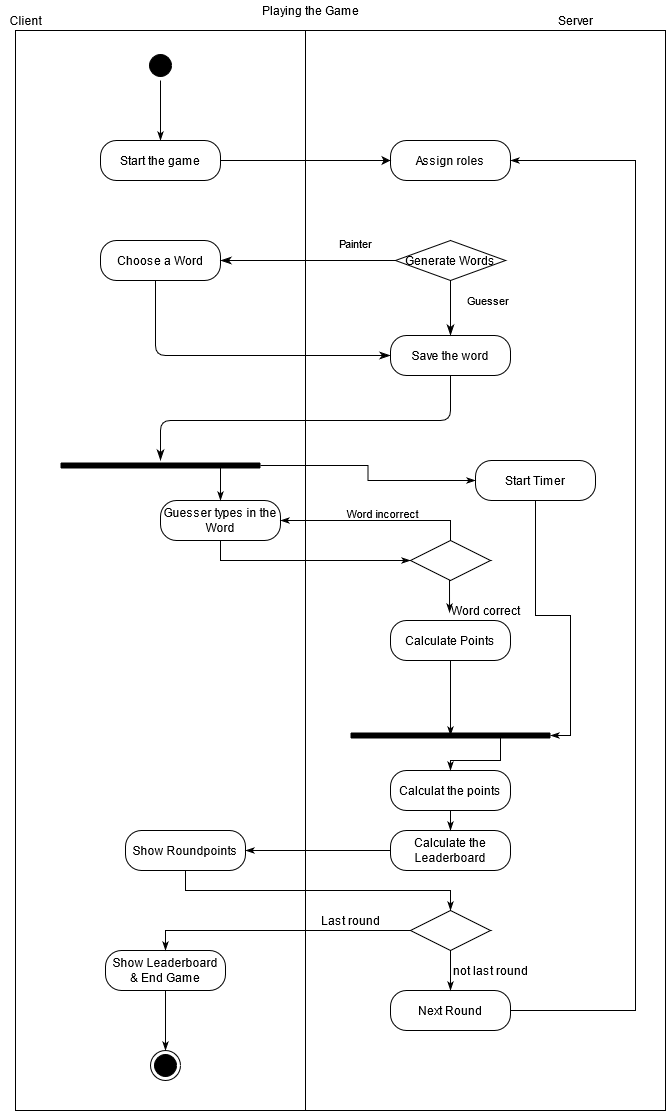
sopra-fs21-group-15/diagrams keeps this draw.io diagram as Game_Activitydiagramm.png. Above is the earlier version. Source tidied: cells renumbered, new cells last; positions are measured from the earlier drawing's top-left corner, leaving out a move shared by most shapes. Its diagram source:
```xml
<mxGraphModel>
  <root>
    <mxCell id="0" />
    <mxCell id="1" parent="0" />
    <mxCell id="2" style="group;" parent="1" vertex="1">
      <mxGeometry width="665" height="1110" as="geometry" />
    </mxCell>
    <mxCell id="3" style="rounded=0;whiteSpace=wrap;html=1;fillColor=none;" parent="2" vertex="1">
      <mxGeometry x="15" y="30" width="290" height="1080" as="geometry" />
    </mxCell>
    <mxCell id="4" style="rounded=0;whiteSpace=wrap;html=1;fillColor=none;" parent="2" vertex="1">
      <mxGeometry x="305" y="30" width="360" height="1080" as="geometry" />
    </mxCell>
    <mxCell id="5" value="Client" style="text;html=1;align=center;verticalAlign=middle;" parent="2" vertex="1">
      <mxGeometry y="10" width="50" height="20" as="geometry" />
    </mxCell>
    <mxCell id="6" value="Server" style="text;html=1;align=center;verticalAlign=middle;" parent="2" vertex="1">
      <mxGeometry x="550" y="10" width="50" height="20" as="geometry" />
    </mxCell>
    <mxCell id="7" style="ellipse;html=1;shape=startState;fillColor=#000000;" parent="2" vertex="1">
      <mxGeometry x="145" y="50" width="30" height="30" as="geometry" />
    </mxCell>
    <mxCell id="8" style="edgeStyle=orthogonalEdgeStyle;html=1;verticalAlign=bottom;endArrow=classicThin;endFill=1;" parent="2" edge="1" source="7">
      <mxGeometry relative="1" as="geometry">
        <mxPoint x="160" y="140" as="targetPoint" />
      </mxGeometry>
    </mxCell>
    <mxCell id="9" value="Start the game" style="rounded=1;whiteSpace=wrap;html=1;arcSize=40;" parent="2" vertex="1">
      <mxGeometry x="100" y="140" width="120" height="40" as="geometry" />
    </mxCell>
    <mxCell id="10" value="Assign roles" style="rounded=1;whiteSpace=wrap;html=1;arcSize=40;" parent="2" vertex="1">
      <mxGeometry x="390" y="140" width="120" height="40" as="geometry" />
    </mxCell>
    <mxCell id="11" style="edgeStyle=orthogonalEdgeStyle;rounded=0;jettySize=auto;html=1;exitX=1;exitY=0.5;exitDx=0;exitDy=0;entryX=0;entryY=0.5;entryDx=0;entryDy=0;" parent="2" edge="1" source="9" target="10">
      <mxGeometry relative="1" as="geometry" />
    </mxCell>
    <mxCell id="12" value="Choose a Word" style="rounded=1;whiteSpace=wrap;html=1;arcSize=40;" parent="2" vertex="1">
      <mxGeometry x="100" y="240" width="120" height="40" as="geometry" />
    </mxCell>
    <mxCell id="13" style="edgeStyle=orthogonalEdgeStyle;html=1;verticalAlign=bottom;endArrow=classicThin;endSize=8;entryX=0;entryY=0.5;entryDx=0;entryDy=0;endFill=1;" parent="2" edge="1" source="12" target="14">
      <mxGeometry relative="1" as="geometry">
        <Array as="points">
          <mxPoint x="155" y="355" />
        </Array>
      </mxGeometry>
    </mxCell>
    <mxCell id="14" value="Save the word" style="rounded=1;whiteSpace=wrap;html=1;arcSize=40;" parent="2" vertex="1">
      <mxGeometry x="390" y="335" width="120" height="40" as="geometry" />
    </mxCell>
    <mxCell id="15" style="edgeStyle=orthogonalEdgeStyle;html=1;verticalAlign=bottom;endArrow=classicThin;endSize=8;endFill=1;" parent="2" edge="1" source="14" target="19">
      <mxGeometry relative="1" as="geometry">
        <Array as="points">
          <mxPoint x="450" y="420" />
          <mxPoint x="160" y="420" />
        </Array>
      </mxGeometry>
    </mxCell>
    <mxCell id="16" value="Generate Words" style="rhombus;whiteSpace=wrap;html=1;" parent="2" vertex="1">
      <mxGeometry x="395" y="240" width="110" height="40" as="geometry" />
    </mxCell>
    <mxCell id="17" value="Guesser" style="edgeStyle=orthogonalEdgeStyle;html=1;align=left;verticalAlign=bottom;endArrow=classicThin;endSize=8;entryX=0.5;entryY=0;entryDx=0;entryDy=0;endFill=1;" parent="2" edge="1" source="16" target="14">
      <mxGeometry x="0.09" y="15" relative="1" as="geometry" />
    </mxCell>
    <mxCell id="18" value="Painter" style="edgeStyle=orthogonalEdgeStyle;html=1;align=left;verticalAlign=top;endArrow=classicThin;endSize=8;entryX=1;entryY=0.5;entryDx=0;entryDy=0;endFill=1;" parent="2" edge="1" source="16" target="12">
      <mxGeometry x="-0.33" y="-30" relative="1" as="geometry" />
    </mxCell>
    <mxCell id="19" style="shape=line;html=1;strokeWidth=6;" parent="2" vertex="1">
      <mxGeometry x="60" y="460" width="200" height="10" as="geometry" />
    </mxCell>
    <mxCell id="20" value="Guesser types in the Word" style="rounded=1;whiteSpace=wrap;html=1;arcSize=40;" parent="2" vertex="1">
      <mxGeometry x="160" y="500" width="120" height="40" as="geometry" />
    </mxCell>
    <mxCell id="21" style="edgeStyle=orthogonalEdgeStyle;rounded=0;jettySize=auto;html=1;exitX=0.75;exitY=0.5;exitDx=0;exitDy=0;exitPerimeter=0;entryX=0.5;entryY=0;entryDx=0;entryDy=0;endArrow=classicThin;endFill=1;strokeColor=#000000;" parent="2" edge="1" source="19" target="20">
      <mxGeometry relative="1" as="geometry" />
    </mxCell>
    <mxCell id="22" style="edgeStyle=orthogonalEdgeStyle;rounded=0;jettySize=auto;html=1;exitX=0.5;exitY=0;exitDx=0;exitDy=0;entryX=1;entryY=0.5;entryDx=0;entryDy=0;endArrow=classicThin;endFill=1;strokeColor=#000000;" parent="2" edge="1" source="24" target="20">
      <mxGeometry relative="1" as="geometry" />
    </mxCell>
    <mxCell id="23" value="Word incorrect" style="edgeLabel;html=1;align=center;verticalAlign=middle;" parent="22" vertex="1">
      <mxGeometry x="-0.06" y="-8" relative="1" as="geometry" />
    </mxCell>
    <mxCell id="24" style="rhombus;whiteSpace=wrap;html=1;" parent="2" vertex="1">
      <mxGeometry x="410" y="540" width="80" height="40" as="geometry" />
    </mxCell>
    <mxCell id="25" style="edgeStyle=orthogonalEdgeStyle;rounded=0;jettySize=auto;html=1;exitX=0.5;exitY=1;exitDx=0;exitDy=0;entryX=0;entryY=0.5;entryDx=0;entryDy=0;endArrow=classicThin;endFill=1;strokeColor=#000000;" parent="2" edge="1" source="20" target="24">
      <mxGeometry relative="1" as="geometry" />
    </mxCell>
    <mxCell id="26" value="Calculate Points" style="rounded=1;whiteSpace=wrap;html=1;arcSize=40;" parent="2" vertex="1">
      <mxGeometry x="390" y="620" width="120" height="40" as="geometry" />
    </mxCell>
    <mxCell id="27" style="edgeStyle=orthogonalEdgeStyle;rounded=0;jettySize=auto;html=1;exitX=0.5;exitY=1;exitDx=0;exitDy=0;entryX=0.492;entryY=-0.2;entryDx=0;entryDy=0;entryPerimeter=0;endArrow=classicThin;endFill=1;strokeColor=#000000;" parent="2" edge="1" source="24" target="26">
      <mxGeometry relative="1" as="geometry" />
    </mxCell>
    <mxCell id="28" value="Word correct" style="text;html=1;align=center;verticalAlign=middle;" parent="2" vertex="1">
      <mxGeometry x="445" y="600" width="80" height="20" as="geometry" />
    </mxCell>
    <mxCell id="29" value="Start Timer" style="rounded=1;whiteSpace=wrap;html=1;arcSize=40;" parent="2" vertex="1">
      <mxGeometry x="475" y="460" width="120" height="40" as="geometry" />
    </mxCell>
    <mxCell id="30" style="edgeStyle=orthogonalEdgeStyle;rounded=0;jettySize=auto;html=1;exitX=1;exitY=0.5;exitDx=0;exitDy=0;exitPerimeter=0;entryX=0;entryY=0.5;entryDx=0;entryDy=0;endArrow=classicThin;endFill=1;strokeColor=#000000;" parent="2" edge="1" source="19" target="29">
      <mxGeometry relative="1" as="geometry" />
    </mxCell>
    <mxCell id="31" style="shape=line;html=1;strokeWidth=6;" parent="2" vertex="1">
      <mxGeometry x="350" y="730" width="200" height="10" as="geometry" />
    </mxCell>
    <mxCell id="32" style="edgeStyle=orthogonalEdgeStyle;rounded=0;jettySize=auto;html=1;exitX=0.5;exitY=1;exitDx=0;exitDy=0;entryX=0.5;entryY=0.5;entryDx=0;entryDy=0;entryPerimeter=0;endArrow=classicThin;endFill=1;strokeColor=#000000;" parent="2" edge="1" source="26" target="31">
      <mxGeometry relative="1" as="geometry" />
    </mxCell>
    <mxCell id="33" style="edgeStyle=orthogonalEdgeStyle;rounded=0;jettySize=auto;html=1;exitX=0.5;exitY=1;exitDx=0;exitDy=0;entryX=1;entryY=0.5;entryDx=0;entryDy=0;entryPerimeter=0;endArrow=classicThin;endFill=1;strokeColor=#000000;" parent="2" edge="1" source="29" target="31">
      <mxGeometry relative="1" as="geometry" />
    </mxCell>
    <mxCell id="34" value="Calculat the points " style="rounded=1;whiteSpace=wrap;html=1;arcSize=40;" parent="2" vertex="1">
      <mxGeometry x="390" y="770" width="120" height="40" as="geometry" />
    </mxCell>
    <mxCell id="35" style="edgeStyle=orthogonalEdgeStyle;rounded=0;jettySize=auto;html=1;exitX=0.75;exitY=0.5;exitDx=0;exitDy=0;exitPerimeter=0;endArrow=classicThin;endFill=1;strokeColor=#000000;" parent="2" edge="1" source="31" target="34">
      <mxGeometry relative="1" as="geometry" />
    </mxCell>
    <mxCell id="36" value="Calculate the Leaderboard" style="rounded=1;whiteSpace=wrap;html=1;arcSize=40;" parent="2" vertex="1">
      <mxGeometry x="390" y="830" width="120" height="40" as="geometry" />
    </mxCell>
    <mxCell id="37" style="edgeStyle=orthogonalEdgeStyle;rounded=0;jettySize=auto;html=1;exitX=0.5;exitY=1;exitDx=0;exitDy=0;endArrow=classicThin;endFill=1;strokeColor=#000000;" parent="2" edge="1" source="34" target="36">
      <mxGeometry relative="1" as="geometry" />
    </mxCell>
    <mxCell id="38" value="Show Roundpoints" style="rounded=1;whiteSpace=wrap;html=1;arcSize=40;" parent="2" vertex="1">
      <mxGeometry x="125" y="830" width="120" height="40" as="geometry" />
    </mxCell>
    <mxCell id="39" style="edgeStyle=orthogonalEdgeStyle;rounded=0;jettySize=auto;html=1;exitX=0;exitY=0.5;exitDx=0;exitDy=0;entryX=1;entryY=0.5;entryDx=0;entryDy=0;endArrow=classicThin;endFill=1;strokeColor=#000000;" parent="2" edge="1" source="36" target="38">
      <mxGeometry relative="1" as="geometry" />
    </mxCell>
    <mxCell id="40" style="rhombus;whiteSpace=wrap;html=1;" parent="2" vertex="1">
      <mxGeometry x="410" y="910" width="80" height="40" as="geometry" />
    </mxCell>
    <mxCell id="41" style="edgeStyle=orthogonalEdgeStyle;rounded=0;jettySize=auto;html=1;exitX=0.5;exitY=1;exitDx=0;exitDy=0;entryX=0.5;entryY=0;entryDx=0;entryDy=0;endArrow=classicThin;endFill=1;strokeColor=#000000;" parent="2" edge="1" source="38" target="40">
      <mxGeometry relative="1" as="geometry" />
    </mxCell>
    <mxCell id="42" value="Show Leaderboard &lt;br&gt;&amp;amp; End Game" style="rounded=1;whiteSpace=wrap;html=1;arcSize=40;" parent="2" vertex="1">
      <mxGeometry x="105" y="950" width="120" height="40" as="geometry" />
    </mxCell>
    <mxCell id="43" style="edgeStyle=orthogonalEdgeStyle;rounded=0;jettySize=auto;html=1;exitX=0;exitY=0.5;exitDx=0;exitDy=0;entryX=0.5;entryY=0;entryDx=0;entryDy=0;endArrow=classicThin;endFill=1;strokeColor=#000000;" parent="2" edge="1" source="40" target="42">
      <mxGeometry relative="1" as="geometry" />
    </mxCell>
    <mxCell id="44" style="edgeStyle=orthogonalEdgeStyle;rounded=0;jettySize=auto;html=1;exitX=1;exitY=0.5;exitDx=0;exitDy=0;entryX=1;entryY=0.5;entryDx=0;entryDy=0;endArrow=classicThin;endFill=1;strokeColor=#000000;" parent="2" edge="1" source="45" target="10">
      <mxGeometry relative="1" as="geometry">
        <Array as="points">
          <mxPoint x="635" y="1010" />
          <mxPoint x="635" y="160" />
        </Array>
      </mxGeometry>
    </mxCell>
    <mxCell id="45" value="Next Round" style="rounded=1;whiteSpace=wrap;html=1;arcSize=40;" parent="2" vertex="1">
      <mxGeometry x="390" y="990" width="120" height="40" as="geometry" />
    </mxCell>
    <mxCell id="46" value="Last round" style="text;html=1;align=center;verticalAlign=middle;" parent="2" vertex="1">
      <mxGeometry x="315" y="910" width="70" height="20" as="geometry" />
    </mxCell>
    <mxCell id="47" value="not last round" style="text;html=1;align=center;verticalAlign=middle;" parent="2" vertex="1">
      <mxGeometry x="445" y="960" width="90" height="20" as="geometry" />
    </mxCell>
    <mxCell id="48" style="ellipse;html=1;shape=endState;fillColor=#000000;" parent="2" vertex="1">
      <mxGeometry x="150" y="1050" width="30" height="30" as="geometry" />
    </mxCell>
    <mxCell id="49" value="Playing the Game" style="text;html=1;align=center;verticalAlign=middle;" parent="2" vertex="1">
      <mxGeometry x="255" width="110" height="20" as="geometry" />
    </mxCell>
    <mxCell id="50" style="edgeStyle=orthogonalEdgeStyle;rounded=0;jettySize=auto;html=1;exitX=0.5;exitY=1;exitDx=0;exitDy=0;entryX=0.5;entryY=0;entryDx=0;entryDy=0;endArrow=classicThin;endFill=1;strokeColor=#000000;" parent="2" edge="1" source="40" target="45">
      <mxGeometry relative="1" as="geometry" />
    </mxCell>
    <mxCell id="51" style="edgeStyle=orthogonalEdgeStyle;rounded=0;jettySize=auto;html=1;exitX=0.5;exitY=1;exitDx=0;exitDy=0;entryX=0.5;entryY=0;entryDx=0;entryDy=0;endArrow=classicThin;endFill=1;strokeColor=#000000;" parent="2" edge="1" source="42" target="48">
      <mxGeometry relative="1" as="geometry" />
    </mxCell>
  </root>
</mxGraphModel>
```
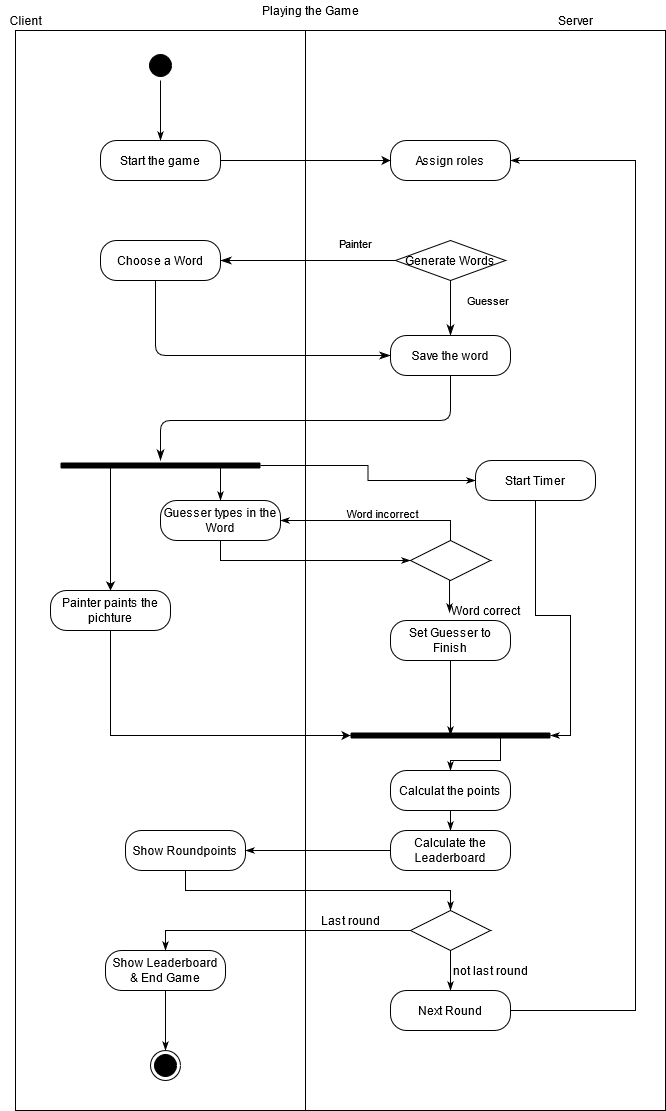
After the change.

Change to the diagram source:
```diff
@@ -64,6 +64,9 @@
     <mxCell id="18" value="Painter" style="edgeStyle=orthogonalEdgeStyle;html=1;align=left;verticalAlign=top;endArrow=classicThin;endSize=8;entryX=1;entryY=0.5;entryDx=0;entryDy=0;endFill=1;" parent="2" edge="1" source="16" target="12">
       <mxGeometry x="-0.33" y="-30" relative="1" as="geometry" />
     </mxCell>
+    <mxCell id="52" style="edgeStyle=orthogonalEdgeStyle;rounded=0;jettySize=auto;html=1;exitX=0.25;exitY=0.5;exitDx=0;exitDy=0;exitPerimeter=0;" parent="2" edge="1" source="19" target="54">
+      <mxGeometry relative="1" as="geometry" />
+    </mxCell>
     <mxCell id="19" style="shape=line;html=1;strokeWidth=6;" parent="2" vertex="1">
       <mxGeometry x="60" y="460" width="200" height="10" as="geometry" />
     </mxCell>
@@ -85,7 +88,7 @@
     <mxCell id="25" style="edgeStyle=orthogonalEdgeStyle;rounded=0;jettySize=auto;html=1;exitX=0.5;exitY=1;exitDx=0;exitDy=0;entryX=0;entryY=0.5;entryDx=0;entryDy=0;endArrow=classicThin;endFill=1;strokeColor=#000000;" parent="2" edge="1" source="20" target="24">
       <mxGeometry relative="1" as="geometry" />
     </mxCell>
-    <mxCell id="26" value="Calculate Points" style="rounded=1;whiteSpace=wrap;html=1;arcSize=40;" parent="2" vertex="1">
+    <mxCell id="26" value="Set Guesser to Finish" style="rounded=1;whiteSpace=wrap;html=1;arcSize=40;" parent="2" vertex="1">
       <mxGeometry x="390" y="620" width="120" height="40" as="geometry" />
     </mxCell>
     <mxCell id="27" style="edgeStyle=orthogonalEdgeStyle;rounded=0;jettySize=auto;html=1;exitX=0.5;exitY=1;exitDx=0;exitDy=0;entryX=0.492;entryY=-0.2;entryDx=0;entryDy=0;entryPerimeter=0;endArrow=classicThin;endFill=1;strokeColor=#000000;" parent="2" edge="1" source="24" target="26">
@@ -168,5 +171,11 @@
     <mxCell id="51" style="edgeStyle=orthogonalEdgeStyle;rounded=0;jettySize=auto;html=1;exitX=0.5;exitY=1;exitDx=0;exitDy=0;entryX=0.5;entryY=0;entryDx=0;entryDy=0;endArrow=classicThin;endFill=1;strokeColor=#000000;" parent="2" edge="1" source="42" target="48">
       <mxGeometry relative="1" as="geometry" />
     </mxCell>
+    <mxCell id="53" style="edgeStyle=orthogonalEdgeStyle;rounded=0;jettySize=auto;html=1;exitX=0.5;exitY=1;exitDx=0;exitDy=0;entryX=0;entryY=0.5;entryDx=0;entryDy=0;entryPerimeter=0;" parent="2" edge="1" source="54" target="31">
+      <mxGeometry relative="1" as="geometry" />
+    </mxCell>
+    <mxCell id="54" value="Painter paints the pichture" style="rounded=1;whiteSpace=wrap;html=1;arcSize=40;" parent="2" vertex="1">
+      <mxGeometry x="50" y="590" width="120" height="40" as="geometry" />
+    </mxCell>
   </root>
 </mxGraphModel>
```
